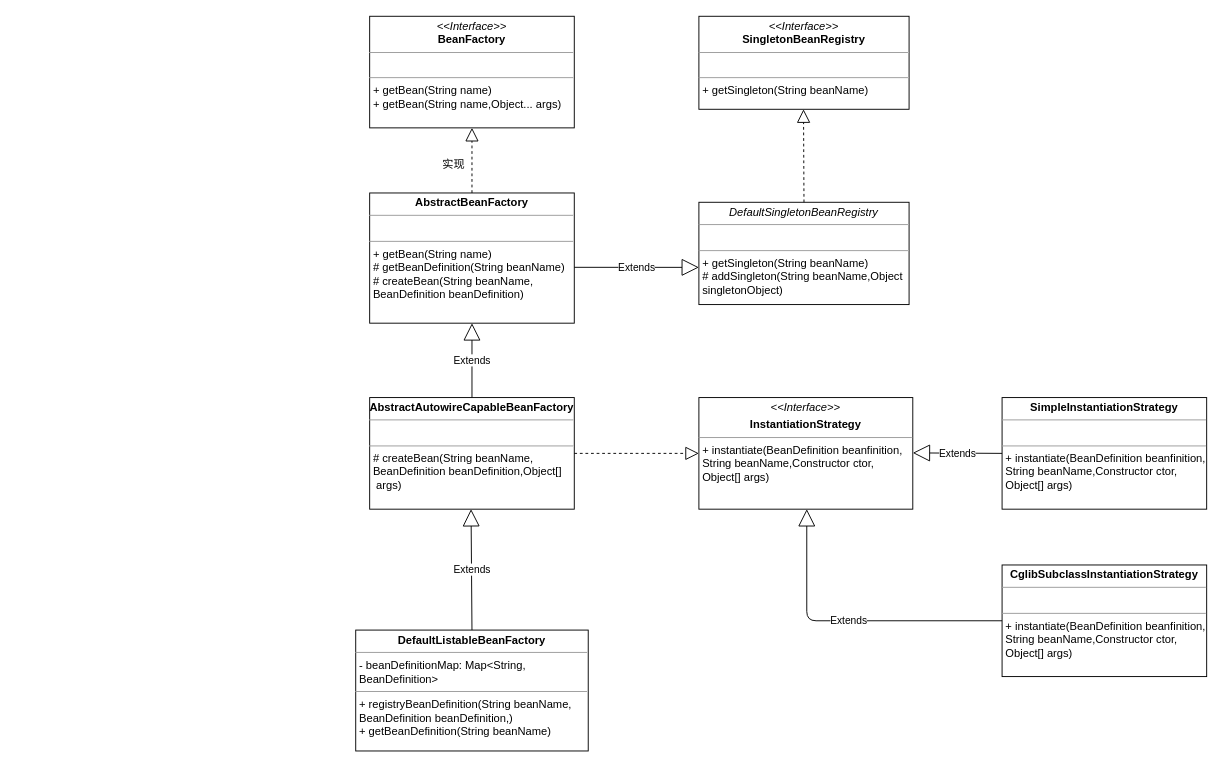
allen1995/allen-git keeps this draw.io diagram as drowio/spring手撸专栏/spring手撸专栏第四章.drawio. Above is the earlier version. Source tidied: cells renumbered, new cells numbered last; positions are measured from the earlier drawing's top-left corner, leaving out a move shared by most shapes. Both pictures are drawn from the tidied source at 93%, with x=0, y=0 at pixel (355, 16).
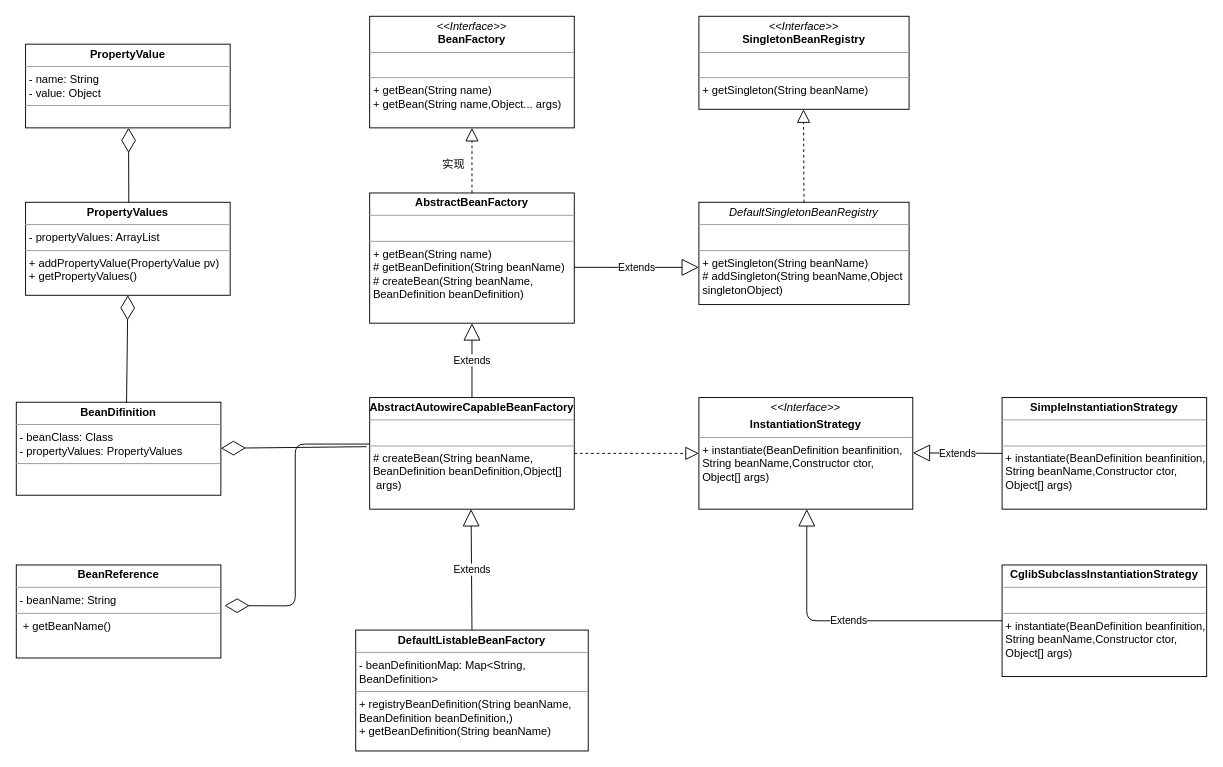
The same diagram, later.

Commit message:
Update spring手撸专栏第四章.drawio

Unchanged cells that the change refers to:
```xml
<mxCell id="10" value="&lt;p style=&quot;margin: 0px ; margin-top: 4px ; text-align: center&quot;&gt;&lt;b&gt;AbstractAutowireCapableBeanFactory&lt;/b&gt;&lt;/p&gt;&lt;hr size=&quot;1&quot;&gt;&lt;p style=&quot;margin: 0px ; margin-left: 4px&quot;&gt;&lt;br&gt;&lt;/p&gt;&lt;hr size=&quot;1&quot;&gt;&lt;p style=&quot;margin: 0px ; margin-left: 4px&quot;&gt;# createBean(String beanName,&lt;/p&gt;&lt;p style=&quot;margin: 0px ; margin-left: 4px&quot;&gt;BeanDefinition beanDefinition,Object[]&lt;/p&gt;&lt;p style=&quot;margin: 0px ; margin-left: 4px&quot;&gt;&amp;nbsp;args)&lt;/p&gt;" style="verticalAlign=top;align=left;overflow=fill;fontSize=12;fontFamily=Helvetica;html=1;" parent="1" vertex="1">
  <mxGeometry x="15" y="410" width="220" height="120" as="geometry" />
</mxCell>
```

What changed in the source:
```diff
@@
+    <mxCell id="20" value="&lt;p style=&quot;margin: 0px ; margin-top: 4px ; text-align: center&quot;&gt;&lt;b&gt;BeanDifinition&lt;/b&gt;&lt;/p&gt;&lt;hr size=&quot;1&quot;&gt;&lt;p style=&quot;margin: 0px ; margin-left: 4px&quot;&gt;- beanClass: Class&lt;/p&gt;&lt;p style=&quot;margin: 0px ; margin-left: 4px&quot;&gt;- propertyValues: PropertyValues&lt;/p&gt;&lt;hr size=&quot;1&quot;&gt;&lt;p style=&quot;margin: 0px ; margin-left: 4px&quot;&gt;&lt;br&gt;&lt;/p&gt;" style="verticalAlign=top;align=left;overflow=fill;fontSize=12;fontFamily=Helvetica;html=1;" parent="1" vertex="1">
+      <mxGeometry x="-365" y="415" width="220" height="100" as="geometry" />
+    </mxCell>
+    <mxCell id="21" value="&lt;p style=&quot;margin: 0px ; margin-top: 4px ; text-align: center&quot;&gt;&lt;b&gt;PropertyValues&lt;/b&gt;&lt;/p&gt;&lt;hr size=&quot;1&quot;&gt;&lt;p style=&quot;margin: 0px ; margin-left: 4px&quot;&gt;- propertyValues: ArrayList&lt;/p&gt;&lt;hr size=&quot;1&quot;&gt;&lt;p style=&quot;margin: 0px ; margin-left: 4px&quot;&gt;+ addPropertyValue(PropertyValue pv)&lt;/p&gt;&lt;p style=&quot;margin: 0px ; margin-left: 4px&quot;&gt;+ getPropertyValues()&lt;/p&gt;" style="verticalAlign=top;align=left;overflow=fill;fontSize=12;fontFamily=Helvetica;html=1;" parent="1" vertex="1">
+      <mxGeometry x="-355" y="200" width="220" height="100" as="geometry" />
+    </mxCell>
+    <mxCell id="22" value="&lt;p style=&quot;margin: 0px ; margin-top: 4px ; text-align: center&quot;&gt;&lt;b&gt;PropertyValue&lt;/b&gt;&lt;/p&gt;&lt;hr size=&quot;1&quot;&gt;&lt;p style=&quot;margin: 0px ; margin-left: 4px&quot;&gt;- name: String&lt;/p&gt;&lt;p style=&quot;margin: 0px ; margin-left: 4px&quot;&gt;- value: Object&lt;/p&gt;&lt;hr size=&quot;1&quot;&gt;&lt;p style=&quot;margin: 0px ; margin-left: 4px&quot;&gt;&lt;br&gt;&lt;/p&gt;" style="verticalAlign=top;align=left;overflow=fill;fontSize=12;fontFamily=Helvetica;html=1;" parent="1" vertex="1">
+      <mxGeometry x="-355" y="30" width="220" height="90" as="geometry" />
+    </mxCell>
+    <mxCell id="23" style="endArrow=diamondThin;endFill=0;endSize=24;html=1;entryX=0.5;entryY=1;entryDx=0;entryDy=0;exitX=0.539;exitY=0.007;exitDx=0;exitDy=0;exitPerimeter=0;" parent="1" edge="1" source="20" target="21">
+      <mxGeometry relative="1" as="geometry" />
+    </mxCell>
+    <mxCell id="24" style="endArrow=diamondThin;endFill=0;endSize=24;html=1;entryX=0.5;entryY=1;entryDx=0;entryDy=0;" parent="1" edge="1">
+      <mxGeometry relative="1" as="geometry">
+        <mxPoint x="-244" y="200" as="sourcePoint" />
+        <mxPoint x="-244.3" y="120" as="targetPoint" />
+      </mxGeometry>
+    </mxCell>
+    <mxCell id="25" value="&lt;p style=&quot;margin: 0px ; margin-top: 4px ; text-align: center&quot;&gt;&lt;b&gt;BeanReference&lt;/b&gt;&lt;/p&gt;&lt;hr size=&quot;1&quot;&gt;&lt;p style=&quot;margin: 0px ; margin-left: 4px&quot;&gt;- beanName: String&lt;/p&gt;&lt;hr size=&quot;1&quot;&gt;&lt;p style=&quot;margin: 0px ; margin-left: 4px&quot;&gt;&amp;nbsp;+ getBeanName()&lt;/p&gt;" style="verticalAlign=top;align=left;overflow=fill;fontSize=12;fontFamily=Helvetica;html=1;" parent="1" vertex="1">
+      <mxGeometry x="-365" y="590" width="220" height="100" as="geometry" />
+    </mxCell>
+    <mxCell id="26" style="endArrow=diamondThin;endFill=0;endSize=24;html=1;exitX=-0.015;exitY=0.44;exitDx=0;exitDy=0;exitPerimeter=0;" parent="1" edge="1" source="10">
+      <mxGeometry relative="1" as="geometry">
+        <mxPoint x="-145" y="464.5" as="targetPoint" />
+      </mxGeometry>
+    </mxCell>
+    <mxCell id="27" style="endArrow=diamondThin;endFill=0;endSize=24;html=1;entryX=1.018;entryY=0.437;entryDx=0;entryDy=0;entryPerimeter=0;" parent="1" edge="1" target="25">
+      <mxGeometry relative="1" as="geometry">
+        <mxPoint x="15" y="460" as="sourcePoint" />
+        <Array as="points">
+          <mxPoint x="-65" y="460" />
+          <mxPoint x="-65" y="634" />
+        </Array>
+      </mxGeometry>
+    </mxCell>
```
